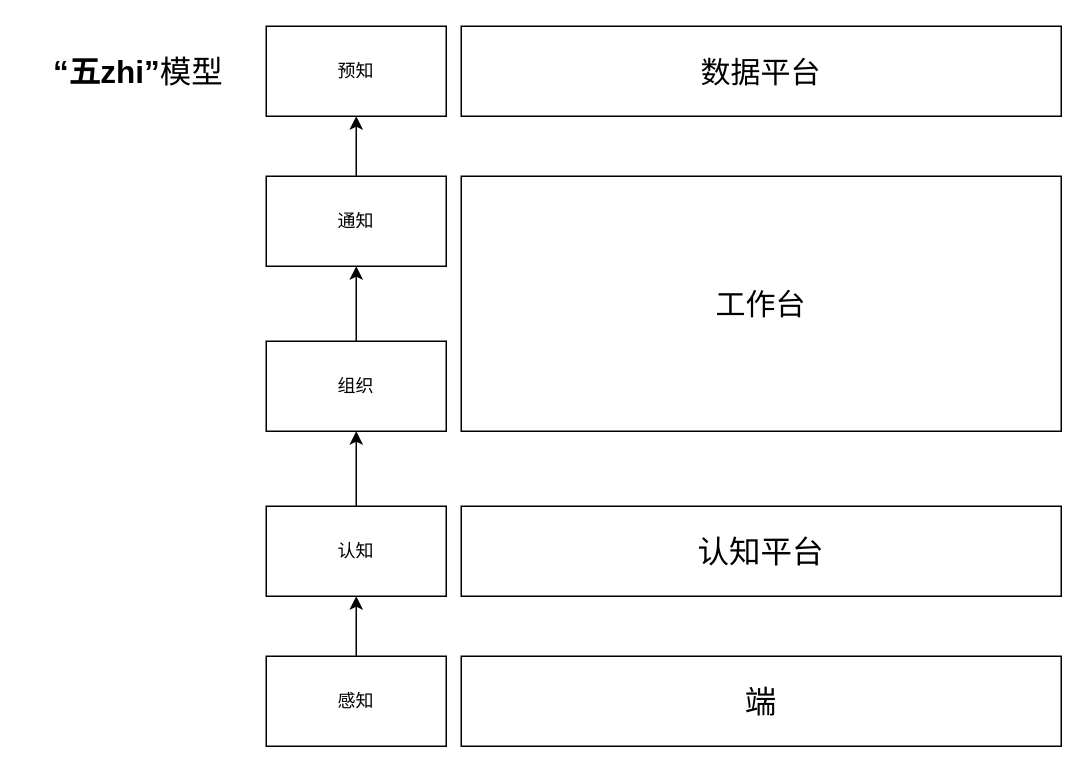
The draw.io diagram page "第 1 页" (1 of 3) of 总体架构.drawio in chinadragonsjz/project, before the edit. Source tidied: cells renumbered, new cells numbered last; positions are measured from the earlier drawing's top-left corner, leaving out a move shared by most shapes. Both pictures are drawn from the tidied source at 150%, with x=0, y=0 at pixel (26, 26).
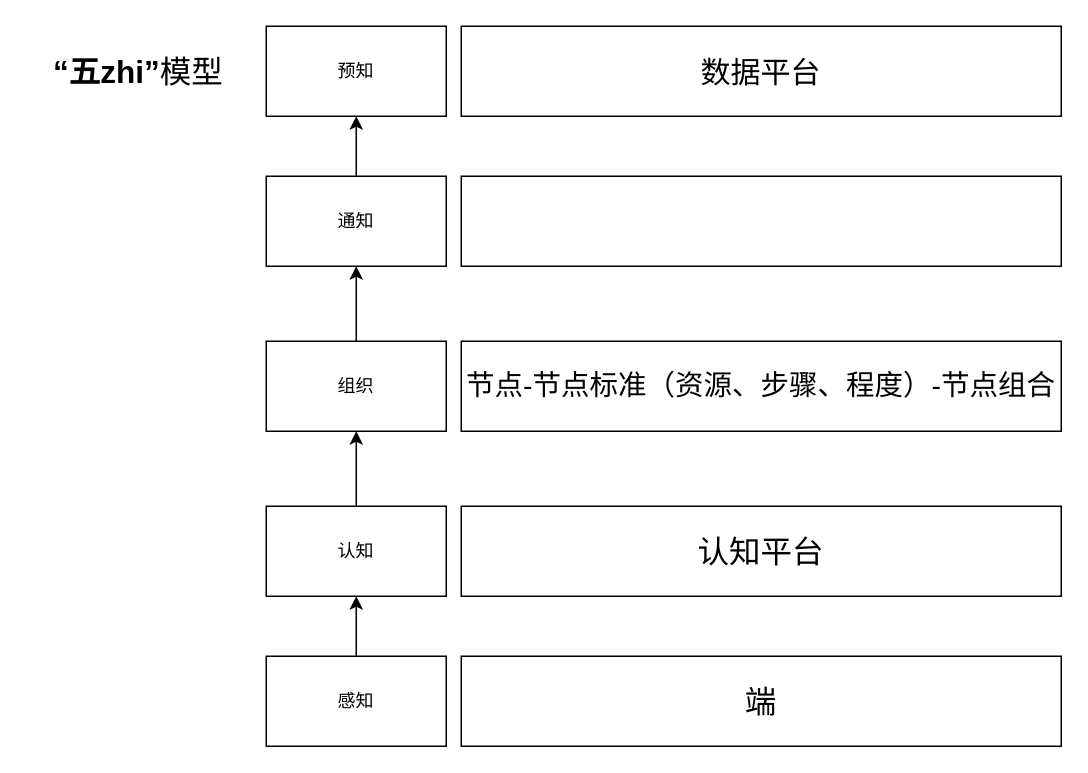
The same page after the edit.

Diff of the diagram source:
```diff
@@
 <mxGraphModel>
   <root>
     <mxCell id="0" />
     <mxCell id="1" parent="0" />
     <mxCell id="2" style="edgeStyle=orthogonalEdgeStyle;rounded=0;jettySize=auto;html=1;" parent="1" edge="1" source="3" target="4">
       <mxGeometry relative="1" as="geometry" />
     </mxCell>
     <mxCell id="3" value="通知" style="rounded=0;whiteSpace=wrap;html=1;" parent="1" vertex="1">
       <mxGeometry x="160" y="100" width="120" height="60" as="geometry" />
     </mxCell>
     <mxCell id="4" value="预知" style="rounded=0;whiteSpace=wrap;html=1;" parent="1" vertex="1">
       <mxGeometry x="160" width="120" height="60" as="geometry" />
     </mxCell>
     <mxCell id="5" style="edgeStyle=orthogonalEdgeStyle;rounded=0;jettySize=auto;html=1;" parent="1" edge="1" source="6" target="3">
       <mxGeometry relative="1" as="geometry" />
     </mxCell>
     <mxCell id="6" value="组织" style="rounded=0;whiteSpace=wrap;html=1;" parent="1" vertex="1">
       <mxGeometry x="160" y="210" width="120" height="60" as="geometry" />
     </mxCell>
     <mxCell id="7" style="edgeStyle=orthogonalEdgeStyle;rounded=0;jettySize=auto;html=1;" parent="1" edge="1" source="8" target="10">
       <mxGeometry relative="1" as="geometry" />
     </mxCell>
     <mxCell id="8" value="感知" style="rounded=0;whiteSpace=wrap;html=1;" parent="1" vertex="1">
       <mxGeometry x="160" y="420" width="120" height="60" as="geometry" />
     </mxCell>
     <mxCell id="9" style="edgeStyle=orthogonalEdgeStyle;rounded=0;jettySize=auto;html=1;" parent="1" edge="1" source="10" target="6">
       <mxGeometry relative="1" as="geometry" />
     </mxCell>
     <mxCell id="10" value="认知" style="rounded=0;whiteSpace=wrap;html=1;" parent="1" vertex="1">
       <mxGeometry x="160" y="320" width="120" height="60" as="geometry" />
     </mxCell>
     <mxCell id="11" value="“五zhi”&lt;span style=&quot;font-weight: normal&quot;&gt;模型&lt;/span&gt;" style="text;html=1;strokeColor=none;fillColor=none;align=center;verticalAlign=middle;whiteSpace=wrap;rounded=0;strokeWidth=5;fontSize=21;fontStyle=1;" parent="1" vertex="1">
       <mxGeometry width="150" height="60" as="geometry" />
     </mxCell>
-    <mxCell id="12" style="rounded=0;whiteSpace=wrap;html=1;strokeWidth=1;fontSize=21;" parent="1" vertex="1">
-      <mxGeometry x="290" y="100" width="400" height="170" as="geometry" />
+    <mxCell id="12" value="节点-节点标准（资源、步骤、程度）-节点组合" style="rounded=0;whiteSpace=wrap;html=1;strokeWidth=1;fontSize=19;" parent="1" vertex="1">
+      <mxGeometry x="290" y="210" width="400" height="60" as="geometry" />
     </mxCell>
-    <mxCell id="13" value="工作台" style="text;html=1;strokeColor=none;fillColor=none;align=center;verticalAlign=middle;whiteSpace=wrap;rounded=0;fontSize=20;" parent="1" vertex="1">
-      <mxGeometry x="385" y="160" width="210" height="50" as="geometry" />
-    </mxCell>
     <mxCell id="14" value="&lt;font style=&quot;font-size: 20px&quot;&gt;数据平台&lt;/font&gt;" style="rounded=0;whiteSpace=wrap;html=1;" parent="1" vertex="1">
       <mxGeometry x="290" width="400" height="60" as="geometry" />
     </mxCell>
     <mxCell id="15" value="端" style="rounded=0;whiteSpace=wrap;html=1;strokeWidth=1;fontSize=21;" parent="1" vertex="1">
       <mxGeometry x="290" y="420" width="400" height="60" as="geometry" />
     </mxCell>
     <mxCell id="16" value="认知平台" style="rounded=0;whiteSpace=wrap;html=1;strokeWidth=1;fontSize=21;" parent="1" vertex="1">
       <mxGeometry x="290" y="320" width="400" height="60" as="geometry" />
     </mxCell>
+    <mxCell id="17" style="rounded=0;whiteSpace=wrap;html=1;strokeWidth=1;fontSize=21;" parent="1" vertex="1">
+      <mxGeometry x="290" y="100" width="400" height="60" as="geometry" />
+    </mxCell>
   </root>
 </mxGraphModel>
```
